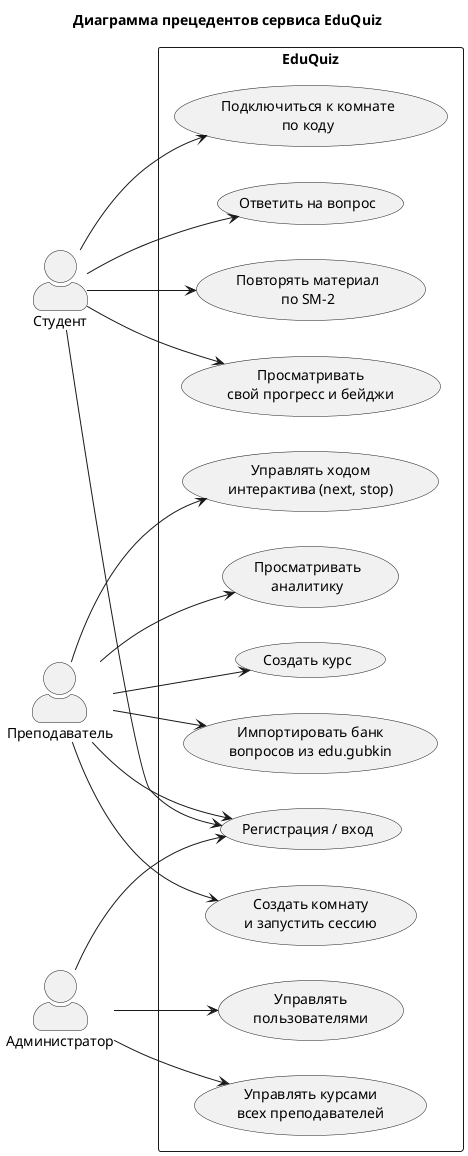
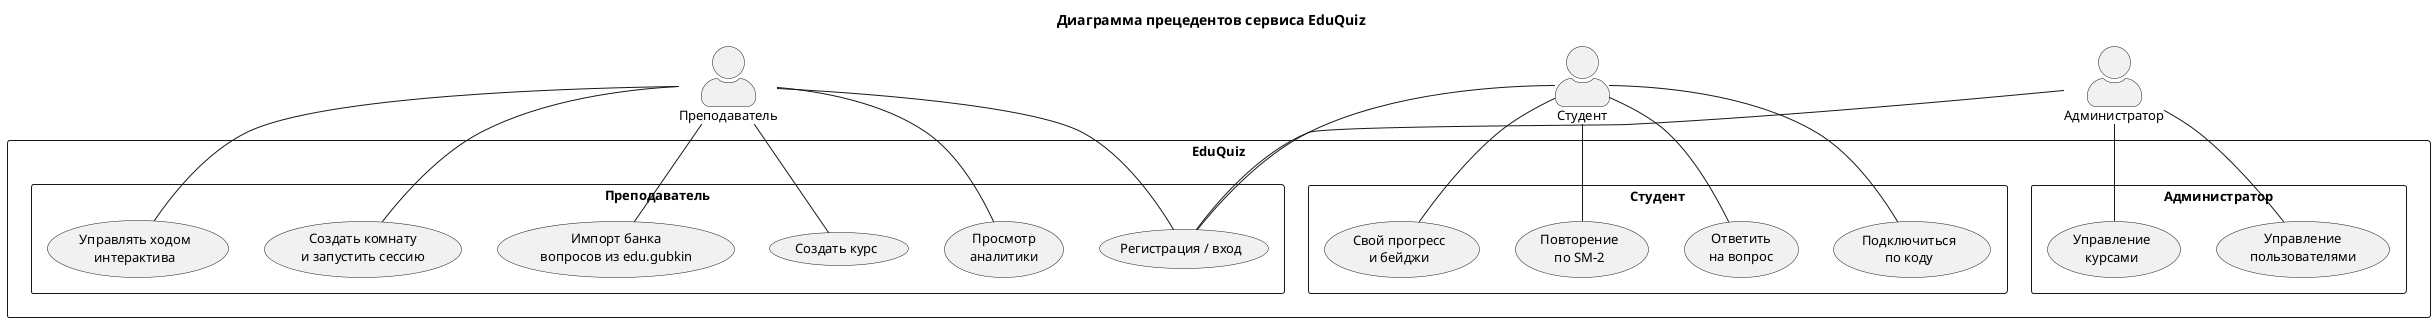
@startuml usecase
- left to right direction
skinparam packageStyle rectangle
skinparam shadowing false
skinparam defaultFontName "Times New Roman"
- skinparam defaultFontSize 14
+ skinparam defaultFontSize 13
skinparam ActorStyle awesome
+ ' Компактнее для портретной А4: top to bottom + актёры по краям,
+ ' use cases группируются по ролям внутри пакета.
+ top to bottom direction

title Диаграмма прецедентов сервиса EduQuiz

+ actor "Преподаватель" as Teacher
actor "Студент" as Student
- actor "Преподаватель" as Teacher
actor "Администратор" as Admin

rectangle "EduQuiz" {
-     usecase "Регистрация / вход" as UC_Login
-     usecase "Создать курс" as UC_CreateCourse
-     usecase "Импортировать банк\nвопросов из edu.gubkin" as UC_ImportBank
-     usecase "Создать комнату\nи запустить сессию" as UC_RunSession
-     usecase "Управлять ходом\nинтерактива (next, stop)" as UC_ControlSession
-     usecase "Просматривать\nаналитику" as UC_Analytics
- 
-     usecase "Подключиться к комнате\nпо коду" as UC_Join
-     usecase "Ответить на вопрос" as UC_Answer
-     usecase "Повторять материал\nпо SM-2" as UC_Review
-     usecase "Просматривать\nсвой прогресс и бейджи" as UC_Progress
- 
-     usecase "Управлять\nпользователями" as UC_ManageUsers
-     usecase "Управлять курсами\nвсех преподавателей" as UC_ManageCourses
+     package "Преподаватель" as PT {
+         usecase "Регистрация / вход" as UC_Login
+         usecase "Создать курс" as UC_CreateCourse
+         usecase "Импорт банка\nвопросов из edu.gubkin" as UC_ImportBank
+         usecase "Создать комнату\nи запустить сессию" as UC_RunSession
+         usecase "Управлять ходом\nинтерактива" as UC_ControlSession
+         usecase "Просмотр\nаналитики" as UC_Analytics
+     }
+     package "Студент" as PS {
+         usecase "Подключиться\nпо коду" as UC_Join
+         usecase "Ответить\nна вопрос" as UC_Answer
+         usecase "Повторение\nпо SM-2" as UC_Review
+         usecase "Свой прогресс\nи бейджи" as UC_Progress
+     }
+     package "Администратор" as PA {
+         usecase "Управление\nпользователями" as UC_ManageUsers
+         usecase "Управление\nкурсами" as UC_ManageCourses
+     }
}

- ' Преподаватель
- Teacher --> UC_Login
- Teacher --> UC_CreateCourse
- Teacher --> UC_ImportBank
- Teacher --> UC_RunSession
- Teacher --> UC_ControlSession
- Teacher --> UC_Analytics
+ Teacher -- UC_Login
+ Teacher -- UC_CreateCourse
+ Teacher -- UC_ImportBank
+ Teacher -- UC_RunSession
+ Teacher -- UC_ControlSession
+ Teacher -- UC_Analytics

- ' Студент
- Student --> UC_Login
- Student --> UC_Join
- Student --> UC_Answer
- Student --> UC_Review
- Student --> UC_Progress
+ Student -- UC_Login
+ Student -- UC_Join
+ Student -- UC_Answer
+ Student -- UC_Review
+ Student -- UC_Progress

- ' Администратор
- Admin --> UC_Login
- Admin --> UC_ManageUsers
- Admin --> UC_ManageCourses
+ Admin -- UC_Login
+ Admin -- UC_ManageUsers
+ Admin -- UC_ManageCourses

@enduml
